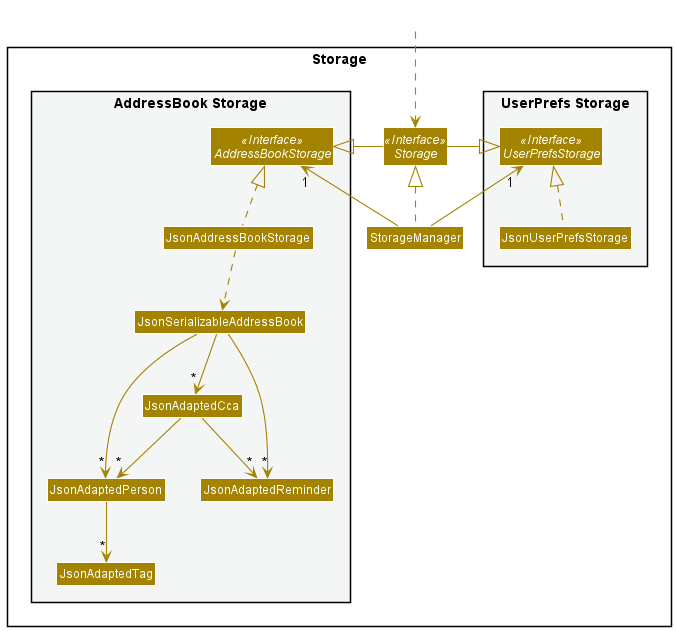
Earlier version of the PlantUML export docs/images/StorageClassDiagram.png (okyntary/tp).
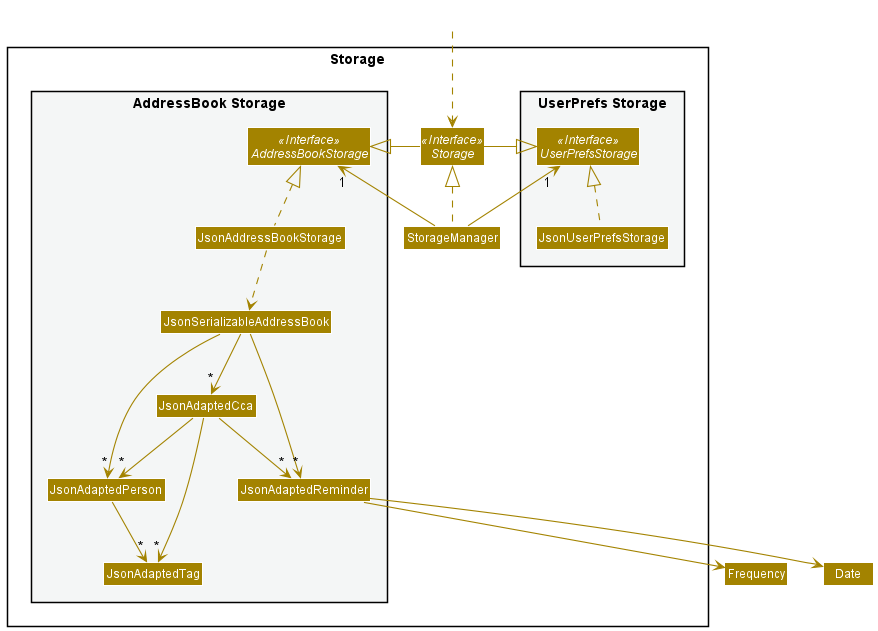
After the change.

The edit, as a diff of the source:
```diff
@@ -44,6 +44,9 @@
 JsonSerializableAddressBook --> "*" JsonAdaptedReminder
 JsonAdaptedCca --> "*" JsonAdaptedPerson
 JsonAdaptedCca --> "*" JsonAdaptedReminder
+JsonAdaptedCca --> "*" JsonAdaptedTag
 JsonAdaptedPerson --> "*" JsonAdaptedTag
+JsonAdaptedReminder --> Frequency
+JsonAdaptedReminder --> Date
 
 @enduml
```
